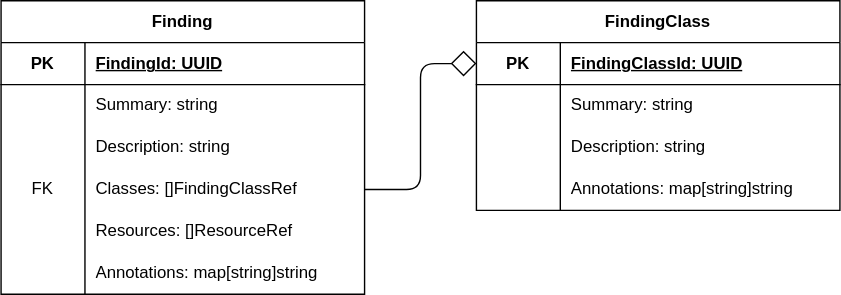
The draw.io diagram content/docs/example-mapping/images/p5-risk.svg in emeland-io/book, before a commit. Source tidied: cells renumbered, new cells last; positions are measured from the earlier drawing's top-left corner, leaving out a move shared by most shapes. The source it was exported from:
```xml
<mxGraphModel>
  <root>
    <mxCell id="0" />
    <mxCell id="1" parent="0" />
    <mxCell id="2" value="Finding" style="shape=table;startSize=30;rowLines=0;fontStyle=1;align=center;html=1;whiteSpace=wrap;" parent="1" vertex="1">
      <mxGeometry width="260" height="210" as="geometry" />
    </mxCell>
    <mxCell id="3" style="shape=tableRow;horizontal=0;startSize=0;swimlaneHead=0;swimlaneBody=0;fillColor=none;top=0;left=0;right=0;bottom=1;html=1;" parent="2" vertex="1">
      <mxGeometry y="30" width="260" height="30" as="geometry" />
    </mxCell>
    <mxCell id="4" value="PK" style="shape=partialRectangle;fillColor=none;top=0;left=0;bottom=0;right=0;fontStyle=1;overflow=hidden;html=1;whiteSpace=wrap;" parent="3" vertex="1">
      <mxGeometry width="60" height="30" as="geometry" />
    </mxCell>
    <mxCell id="5" value="FindingId: UUID" style="shape=partialRectangle;fillColor=none;top=0;left=0;bottom=0;right=0;align=left;spacingLeft=6;fontStyle=5;overflow=hidden;html=1;whiteSpace=wrap;" parent="3" vertex="1">
      <mxGeometry x="60" width="200" height="30" as="geometry" />
    </mxCell>
    <mxCell id="6" style="shape=tableRow;horizontal=0;startSize=0;swimlaneHead=0;swimlaneBody=0;fillColor=none;top=0;left=0;right=0;bottom=0;html=1;" parent="2" vertex="1">
      <mxGeometry y="60" width="260" height="30" as="geometry" />
    </mxCell>
    <mxCell id="7" style="shape=partialRectangle;fillColor=none;top=0;left=0;bottom=0;right=0;overflow=hidden;html=1;whiteSpace=wrap;" parent="6" vertex="1">
      <mxGeometry width="60" height="30" as="geometry" />
    </mxCell>
    <mxCell id="8" value="Summary: string" style="shape=partialRectangle;fillColor=none;top=0;left=0;bottom=0;right=0;align=left;spacingLeft=6;overflow=hidden;html=1;whiteSpace=wrap;" parent="6" vertex="1">
      <mxGeometry x="60" width="200" height="30" as="geometry" />
    </mxCell>
    <mxCell id="9" style="shape=tableRow;horizontal=0;startSize=0;swimlaneHead=0;swimlaneBody=0;fillColor=none;top=0;left=0;right=0;bottom=0;html=1;" parent="2" vertex="1">
      <mxGeometry y="90" width="260" height="30" as="geometry" />
    </mxCell>
    <mxCell id="10" style="shape=partialRectangle;fillColor=none;top=0;left=0;bottom=0;right=0;overflow=hidden;html=1;whiteSpace=wrap;" parent="9" vertex="1">
      <mxGeometry width="60" height="30" as="geometry" />
    </mxCell>
    <mxCell id="11" value="Description: string" style="shape=partialRectangle;fillColor=none;top=0;left=0;bottom=0;right=0;align=left;spacingLeft=6;overflow=hidden;html=1;whiteSpace=wrap;" parent="9" vertex="1">
      <mxGeometry x="60" width="200" height="30" as="geometry" />
    </mxCell>
    <mxCell id="12" style="shape=tableRow;horizontal=0;startSize=0;swimlaneHead=0;swimlaneBody=0;fillColor=none;points=[[0,0.5],[1,0.5]];portConstraint=eastwest;top=0;left=0;right=0;bottom=0;html=1;" parent="2" vertex="1">
      <mxGeometry y="120" width="260" height="30" as="geometry" />
    </mxCell>
    <mxCell id="13" value="FK" style="shape=partialRectangle;fillColor=none;top=0;left=0;bottom=0;right=0;overflow=hidden;html=1;whiteSpace=wrap;" parent="12" vertex="1">
      <mxGeometry width="60" height="30" as="geometry" />
    </mxCell>
    <mxCell id="14" value="Classes: []FindingClassRef" style="shape=partialRectangle;fillColor=none;top=0;left=0;bottom=0;right=0;align=left;spacingLeft=6;overflow=hidden;html=1;whiteSpace=wrap;" parent="12" vertex="1">
      <mxGeometry x="60" width="200" height="30" as="geometry" />
    </mxCell>
    <mxCell id="15" style="shape=tableRow;horizontal=0;startSize=0;swimlaneHead=0;swimlaneBody=0;fillColor=none;top=0;left=0;right=0;bottom=0;html=1;" parent="2" vertex="1">
      <mxGeometry y="150" width="260" height="30" as="geometry" />
    </mxCell>
    <mxCell id="16" style="shape=partialRectangle;fillColor=none;top=0;left=0;bottom=0;right=0;overflow=hidden;html=1;whiteSpace=wrap;" parent="15" vertex="1">
      <mxGeometry width="60" height="30" as="geometry" />
    </mxCell>
    <mxCell id="17" value="Resources: []ResourceRef" style="shape=partialRectangle;fillColor=none;top=0;left=0;bottom=0;right=0;align=left;spacingLeft=6;overflow=hidden;html=1;whiteSpace=wrap;" parent="15" vertex="1">
      <mxGeometry x="60" width="200" height="30" as="geometry" />
    </mxCell>
    <mxCell id="18" style="shape=tableRow;horizontal=0;startSize=0;swimlaneHead=0;swimlaneBody=0;fillColor=none;top=0;left=0;right=0;bottom=0;html=1;" parent="2" vertex="1">
      <mxGeometry y="180" width="260" height="30" as="geometry" />
    </mxCell>
    <mxCell id="19" style="shape=partialRectangle;fillColor=none;top=0;left=0;bottom=0;right=0;overflow=hidden;html=1;whiteSpace=wrap;" parent="18" vertex="1">
      <mxGeometry width="60" height="30" as="geometry" />
    </mxCell>
    <mxCell id="20" value="Annotations: map[string]string" style="shape=partialRectangle;fillColor=none;top=0;left=0;bottom=0;right=0;align=left;spacingLeft=6;overflow=hidden;html=1;whiteSpace=wrap;" parent="18" vertex="1">
      <mxGeometry x="60" width="200" height="30" as="geometry" />
    </mxCell>
    <mxCell id="21" value="FindingClass" style="shape=table;startSize=30;rowLines=0;fontStyle=1;align=center;html=1;whiteSpace=wrap;" parent="1" vertex="1">
      <mxGeometry x="340" width="260" height="150" as="geometry" />
    </mxCell>
    <mxCell id="22" style="shape=tableRow;horizontal=0;startSize=0;swimlaneHead=0;swimlaneBody=0;fillColor=none;points=[[0,0.5],[1,0.5]];portConstraint=eastwest;top=0;left=0;right=0;bottom=1;html=1;" parent="21" vertex="1">
      <mxGeometry y="30" width="260" height="30" as="geometry" />
    </mxCell>
    <mxCell id="23" value="PK" style="shape=partialRectangle;fillColor=none;top=0;left=0;bottom=0;right=0;fontStyle=1;overflow=hidden;html=1;whiteSpace=wrap;" parent="22" vertex="1">
      <mxGeometry width="60" height="30" as="geometry" />
    </mxCell>
    <mxCell id="24" value="FindingClassId: UUID" style="shape=partialRectangle;fillColor=none;top=0;left=0;bottom=0;right=0;align=left;spacingLeft=6;fontStyle=5;overflow=hidden;html=1;whiteSpace=wrap;" parent="22" vertex="1">
      <mxGeometry x="60" width="200" height="30" as="geometry" />
    </mxCell>
    <mxCell id="25" style="shape=tableRow;horizontal=0;startSize=0;swimlaneHead=0;swimlaneBody=0;fillColor=none;top=0;left=0;right=0;bottom=0;html=1;" parent="21" vertex="1">
      <mxGeometry y="60" width="260" height="30" as="geometry" />
    </mxCell>
    <mxCell id="26" style="shape=partialRectangle;fillColor=none;top=0;left=0;bottom=0;right=0;overflow=hidden;html=1;whiteSpace=wrap;" parent="25" vertex="1">
      <mxGeometry width="60" height="30" as="geometry" />
    </mxCell>
    <mxCell id="27" value="Summary: string" style="shape=partialRectangle;fillColor=none;top=0;left=0;bottom=0;right=0;align=left;spacingLeft=6;overflow=hidden;html=1;whiteSpace=wrap;" parent="25" vertex="1">
      <mxGeometry x="60" width="200" height="30" as="geometry" />
    </mxCell>
    <mxCell id="28" style="shape=tableRow;horizontal=0;startSize=0;swimlaneHead=0;swimlaneBody=0;fillColor=none;top=0;left=0;right=0;bottom=0;html=1;" parent="21" vertex="1">
      <mxGeometry y="90" width="260" height="30" as="geometry" />
    </mxCell>
    <mxCell id="29" style="shape=partialRectangle;fillColor=none;top=0;left=0;bottom=0;right=0;overflow=hidden;html=1;whiteSpace=wrap;" parent="28" vertex="1">
      <mxGeometry width="60" height="30" as="geometry" />
    </mxCell>
    <mxCell id="30" value="Description: string" style="shape=partialRectangle;fillColor=none;top=0;left=0;bottom=0;right=0;align=left;spacingLeft=6;overflow=hidden;html=1;whiteSpace=wrap;" parent="28" vertex="1">
      <mxGeometry x="60" width="200" height="30" as="geometry" />
    </mxCell>
    <mxCell id="31" style="shape=tableRow;horizontal=0;startSize=0;swimlaneHead=0;swimlaneBody=0;fillColor=none;top=0;left=0;right=0;bottom=0;html=1;" parent="21" vertex="1">
      <mxGeometry y="120" width="260" height="30" as="geometry" />
    </mxCell>
    <mxCell id="32" style="shape=partialRectangle;fillColor=none;top=0;left=0;bottom=0;right=0;overflow=hidden;html=1;whiteSpace=wrap;" parent="31" vertex="1">
      <mxGeometry width="60" height="30" as="geometry" />
    </mxCell>
    <mxCell id="33" value="Annotations: map[string]string" style="shape=partialRectangle;fillColor=none;top=0;left=0;bottom=0;right=0;align=left;spacingLeft=6;overflow=hidden;html=1;whiteSpace=wrap;" parent="31" vertex="1">
      <mxGeometry x="60" width="200" height="30" as="geometry" />
    </mxCell>
    <mxCell id="34" style="edgeStyle=orthogonalEdgeStyle;html=1;endSize=16;endArrow=diamond;endFill=0;" parent="1" edge="1" source="12" target="22">
      <mxGeometry relative="1" as="geometry" />
    </mxCell>
  </root>
</mxGraphModel>
```
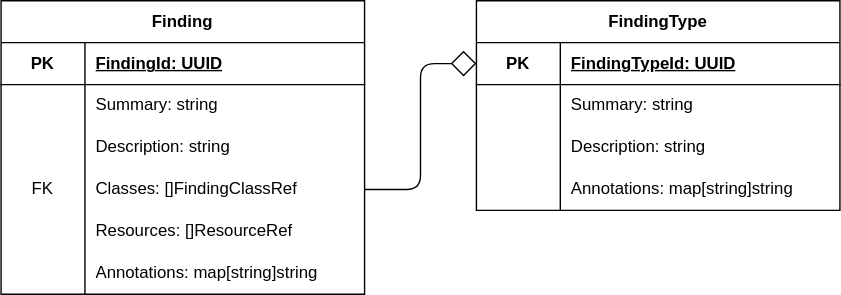
After the commit.

The edit, as a diff of the source:
```diff
@@ -59,7 +59,7 @@
     <mxCell id="20" value="Annotations: map[string]string" style="shape=partialRectangle;fillColor=none;top=0;left=0;bottom=0;right=0;align=left;spacingLeft=6;overflow=hidden;html=1;whiteSpace=wrap;" parent="18" vertex="1">
       <mxGeometry x="60" width="200" height="30" as="geometry" />
     </mxCell>
-    <mxCell id="21" value="FindingClass" style="shape=table;startSize=30;rowLines=0;fontStyle=1;align=center;html=1;whiteSpace=wrap;" parent="1" vertex="1">
+    <mxCell id="21" value="FindingType" style="shape=table;startSize=30;rowLines=0;fontStyle=1;align=center;html=1;whiteSpace=wrap;" parent="1" vertex="1">
       <mxGeometry x="340" width="260" height="150" as="geometry" />
     </mxCell>
     <mxCell id="22" style="shape=tableRow;horizontal=0;startSize=0;swimlaneHead=0;swimlaneBody=0;fillColor=none;points=[[0,0.5],[1,0.5]];portConstraint=eastwest;top=0;left=0;right=0;bottom=1;html=1;" parent="21" vertex="1">
@@ -68,7 +68,7 @@
     <mxCell id="23" value="PK" style="shape=partialRectangle;fillColor=none;top=0;left=0;bottom=0;right=0;fontStyle=1;overflow=hidden;html=1;whiteSpace=wrap;" parent="22" vertex="1">
       <mxGeometry width="60" height="30" as="geometry" />
     </mxCell>
-    <mxCell id="24" value="FindingClassId: UUID" style="shape=partialRectangle;fillColor=none;top=0;left=0;bottom=0;right=0;align=left;spacingLeft=6;fontStyle=5;overflow=hidden;html=1;whiteSpace=wrap;" parent="22" vertex="1">
+    <mxCell id="24" value="FindingTypeId: UUID" style="shape=partialRectangle;fillColor=none;top=0;left=0;bottom=0;right=0;align=left;spacingLeft=6;fontStyle=5;overflow=hidden;html=1;whiteSpace=wrap;" parent="22" vertex="1">
       <mxGeometry x="60" width="200" height="30" as="geometry" />
     </mxCell>
     <mxCell id="25" style="shape=tableRow;horizontal=0;startSize=0;swimlaneHead=0;swimlaneBody=0;fillColor=none;top=0;left=0;right=0;bottom=0;html=1;" parent="21" vertex="1">
```
